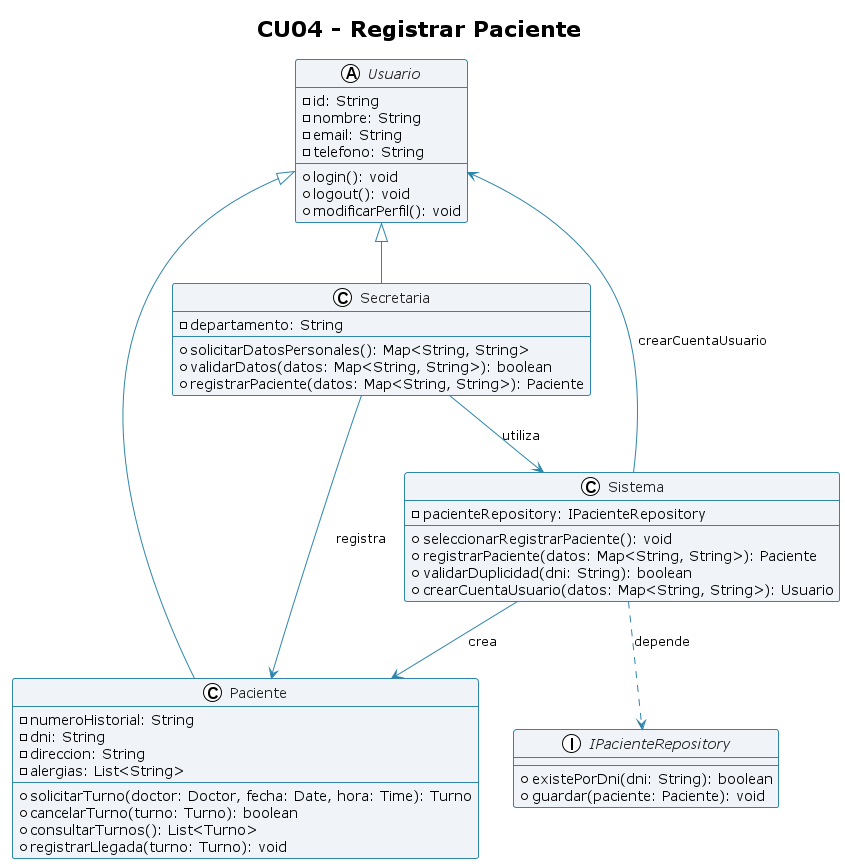
Earlier version of the PlantUML export diagramas/01-diagrama-clases/04-clases-registrar-paciente-04.png (FacundoGuiraldes/SistemaTurnosMedicos).
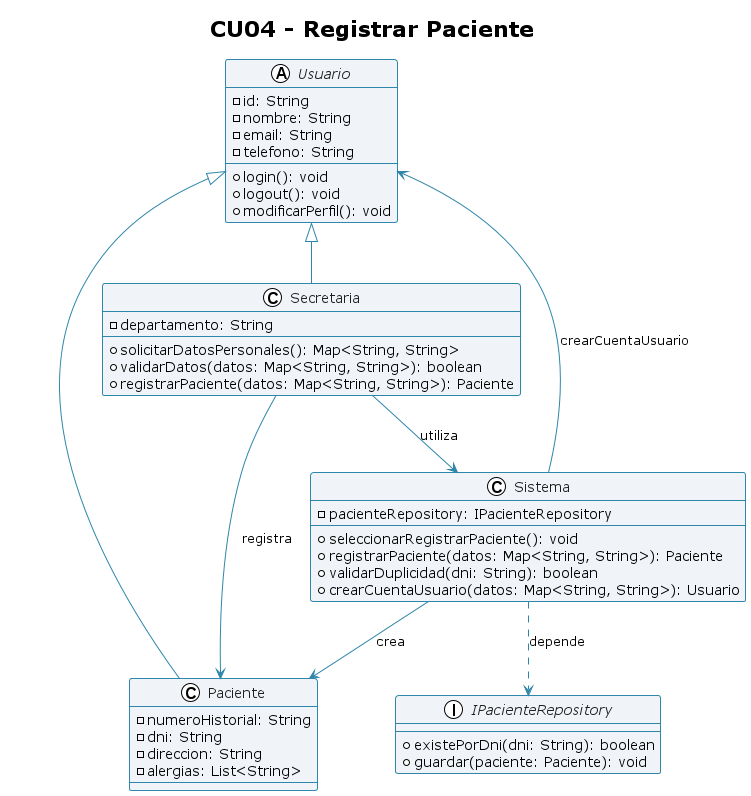
After the change.

Commit message:
elimino referencias a clase turno

The edit, as a diff of the source:
```diff
@@ -25,11 +25,6 @@
     - dni: String
     - direccion: String
     - alergias: List<String>
-    ---
-    + solicitarTurno(doctor: Doctor, fecha: Date, hora: Time): Turno
-    + cancelarTurno(turno: Turno): boolean
-    + consultarTurnos(): List<Turno>
-    + registrarLlegada(turno: Turno): void
 }
 
 class Secretaria {
```
